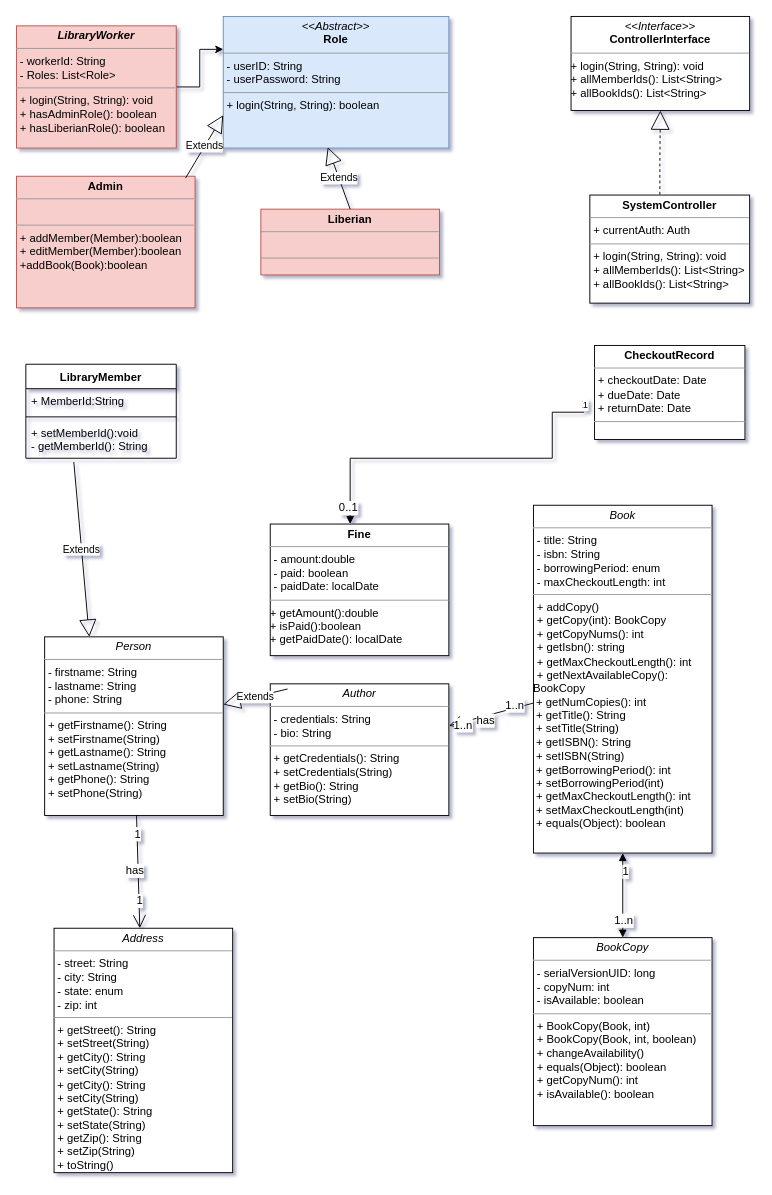
This is Untitled Diagram.drawio from megaunknown/UML, a draw.io file, before an edit. Source tidied: cells renumbered, new cells numbered last; positions are measured from the earlier drawing's top-left corner, leaving out a move shared by most shapes. Both pictures are drawn from the tidied source at 94%, with x=0, y=0 at pixel (16, 16).
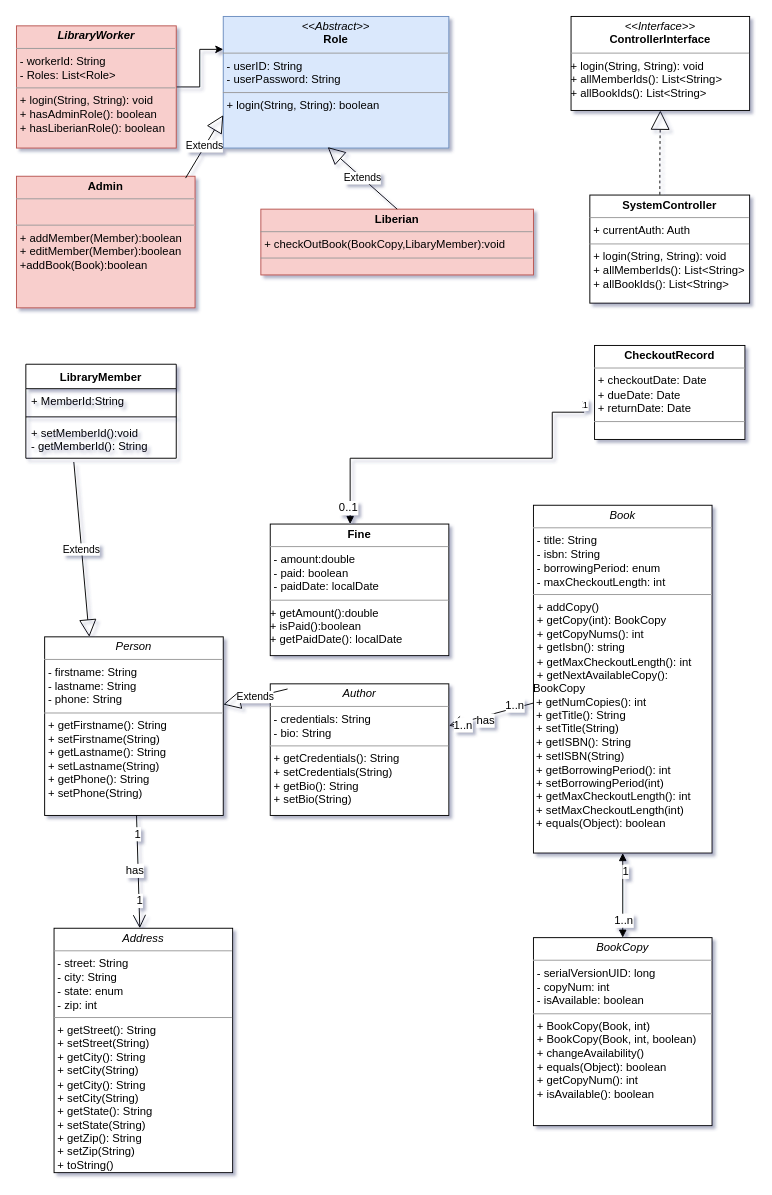
After the change.

Commit message:
Add Method to Liberian Class

Change to the diagram source:
```diff
@@
-    <mxCell id="7" value="&lt;p style=&quot;margin: 0px ; margin-top: 4px ; text-align: center&quot;&gt;&lt;b&gt;Liberian&lt;/b&gt;&lt;/p&gt;&lt;hr size=&quot;1&quot;&gt;&lt;p style=&quot;margin: 0px ; margin-left: 4px&quot;&gt;&lt;br&gt;&lt;/p&gt;&lt;hr size=&quot;1&quot;&gt;&lt;p style=&quot;margin: 0px ; margin-left: 4px&quot;&gt;&lt;br&gt;&lt;/p&gt;" style="verticalAlign=top;align=left;overflow=fill;fontSize=12;fontFamily=Helvetica;html=1;rounded=0;shadow=0;comic=0;labelBackgroundColor=none;strokeWidth=1;fillColor=#f8cecc;strokeColor=#b85450;" parent="1" vertex="1">
-      <mxGeometry x="260" y="205" width="190" height="70" as="geometry" />
+    <mxCell id="7" value="&lt;p style=&quot;margin: 0px ; margin-top: 4px ; text-align: center&quot;&gt;&lt;b&gt;Liberian&lt;/b&gt;&lt;/p&gt;&lt;hr size=&quot;1&quot;&gt;&lt;p style=&quot;margin: 0px ; margin-left: 4px&quot;&gt;+ checkOutBook(BookCopy,LibaryMember):void&lt;br&gt;&lt;/p&gt;&lt;hr size=&quot;1&quot;&gt;&lt;p style=&quot;margin: 0px ; margin-left: 4px&quot;&gt;&lt;br&gt;&lt;/p&gt;" style="verticalAlign=top;align=left;overflow=fill;fontSize=12;fontFamily=Helvetica;html=1;rounded=0;shadow=0;comic=0;labelBackgroundColor=none;strokeWidth=1;fillColor=#f8cecc;strokeColor=#b85450;" parent="1" vertex="1">
+      <mxGeometry x="260" y="205" width="290" height="70" as="geometry" />
     </mxCell>
```
